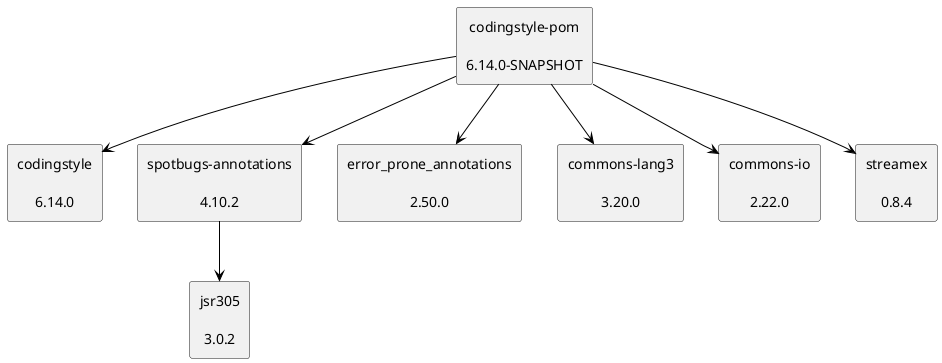
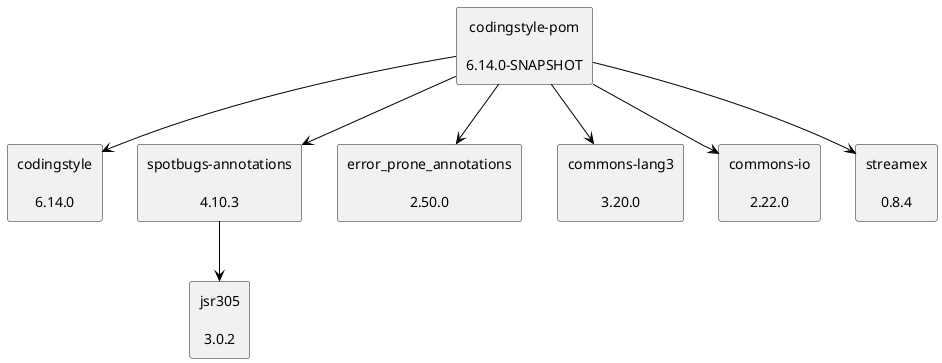
@startuml
skinparam defaultTextAlignment center
skinparam rectangle {
  BackgroundColor<<optional>> beige
  BackgroundColor<<test>> lightGreen
  BackgroundColor<<runtime>> lightBlue
  BackgroundColor<<provided>> lightGray
}
rectangle "codingstyle-pom\n\n6.14.0-SNAPSHOT" as edu_hm_hafner_codingstyle_pom_pom
rectangle "codingstyle\n\n6.14.0" as edu_hm_hafner_codingstyle_jar
- rectangle "spotbugs-annotations\n\n4.10.2" as com_github_spotbugs_spotbugs_annotations_jar
+ rectangle "spotbugs-annotations\n\n4.10.3" as com_github_spotbugs_spotbugs_annotations_jar
rectangle "jsr305\n\n3.0.2" as com_google_code_findbugs_jsr305_jar
rectangle "error_prone_annotations\n\n2.50.0" as com_google_errorprone_error_prone_annotations_jar
rectangle "commons-lang3\n\n3.20.0" as org_apache_commons_commons_lang3_jar
rectangle "commons-io\n\n2.22.0" as commons_io_commons_io_jar
rectangle "streamex\n\n0.8.4" as one_util_streamex_jar
edu_hm_hafner_codingstyle_pom_pom -[#000000]-> edu_hm_hafner_codingstyle_jar
com_github_spotbugs_spotbugs_annotations_jar -[#000000]-> com_google_code_findbugs_jsr305_jar
edu_hm_hafner_codingstyle_pom_pom -[#000000]-> com_github_spotbugs_spotbugs_annotations_jar
edu_hm_hafner_codingstyle_pom_pom -[#000000]-> com_google_errorprone_error_prone_annotations_jar
edu_hm_hafner_codingstyle_pom_pom -[#000000]-> org_apache_commons_commons_lang3_jar
edu_hm_hafner_codingstyle_pom_pom -[#000000]-> commons_io_commons_io_jar
edu_hm_hafner_codingstyle_pom_pom -[#000000]-> one_util_streamex_jar
@enduml